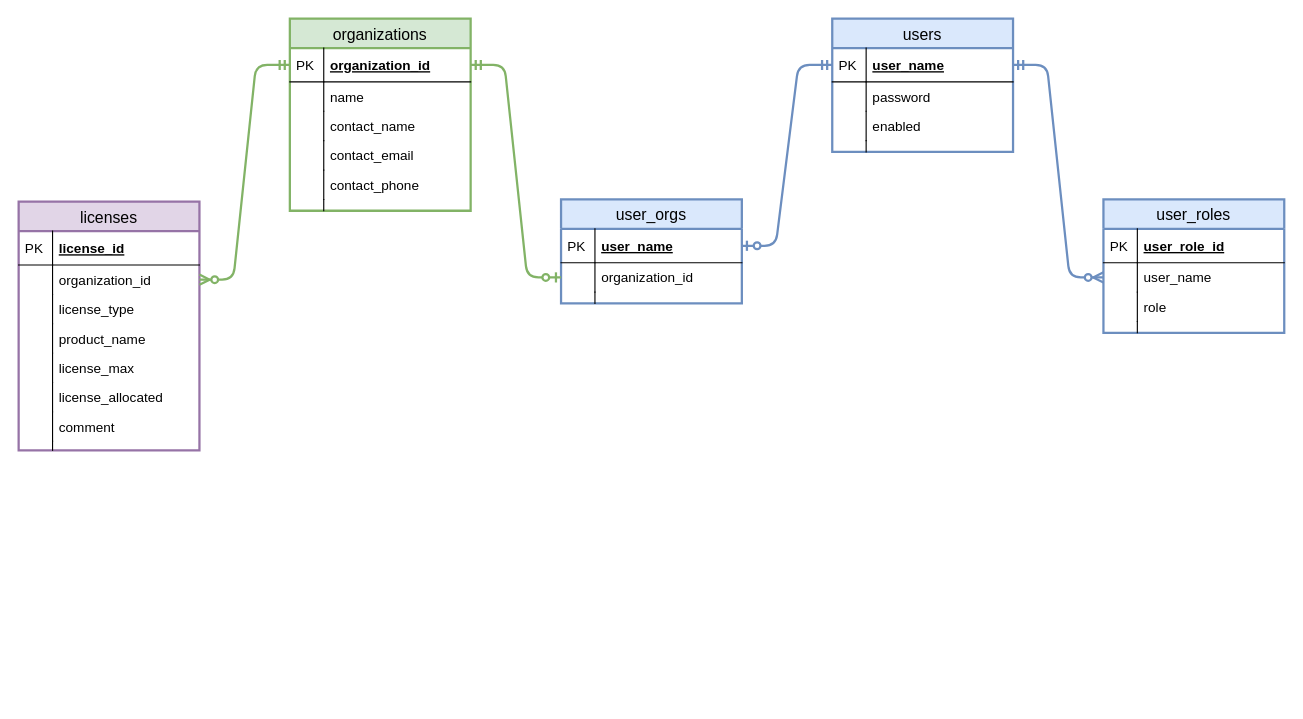
Earlier version of the draw.io diagram readme/drawio/erd.drawio (wuyichen24/spring-microservices-in-action). Source tidied: cells renumbered, new cells numbered last; positions are measured from the earlier drawing's top-left corner, leaving out a move shared by most shapes. Both pictures are drawn from the tidied source at 113%, with x=0, y=0 at pixel (18, 18).
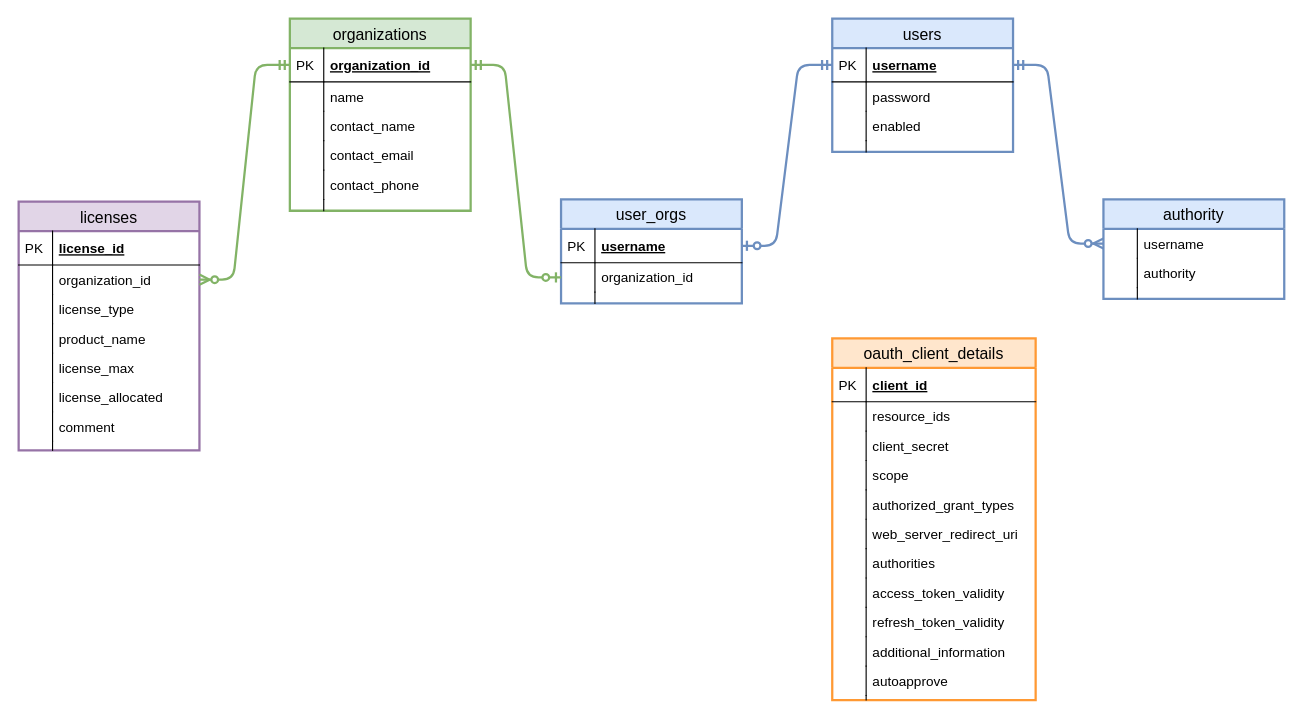
Above is the later version.

Commit message (it also covers changes not shown here):
update erd diagram

Unchanged cells that the change refers to:
```xml
<mxCell id="15" value="user_orgs" style="swimlane;fontStyle=0;horizontal=1;startSize=26;fillColor=#dae8fc;swimlaneFillColor=#ffffff;align=center;fontSize=14;strokeColor=#6c8ebf;strokeWidth=2;" parent="1" vertex="1">
  <mxGeometry x="480" y="160" width="160" height="92" as="geometry" />
</mxCell>
<mxCell id="22" value="users" style="swimlane;fontStyle=0;horizontal=1;startSize=26;fillColor=#dae8fc;swimlaneFillColor=#ffffff;align=center;fontSize=14;strokeColor=#6c8ebf;strokeWidth=2;" parent="1" vertex="1">
  <mxGeometry x="720" width="160" height="118" as="geometry" />
</mxCell>
```

Change to the diagram source:
```diff
@@
-    <mxCell id="16" value="user_name" style="shape=partialRectangle;top=0;left=0;right=0;bottom=1;align=left;verticalAlign=middle;fillColor=none;spacingLeft=34;spacingRight=4;overflow=hidden;points=[[0,0.5],[1,0.5]];portConstraint=eastwest;fontStyle=5;fontSize=12;" parent="15" vertex="1">
+    <mxCell id="16" value="username" style="shape=partialRectangle;top=0;left=0;right=0;bottom=1;align=left;verticalAlign=middle;fillColor=none;spacingLeft=34;spacingRight=4;overflow=hidden;points=[[0,0.5],[1,0.5]];portConstraint=eastwest;fontStyle=5;fontSize=12;" parent="15" vertex="1">
       <mxGeometry y="26" width="160" height="30" as="geometry" />
     </mxCell>
@@
-    <mxCell id="23" value="user_name" style="shape=partialRectangle;top=0;left=0;right=0;bottom=1;align=left;verticalAlign=middle;fillColor=none;spacingLeft=34;spacingRight=4;overflow=hidden;points=[[0,0.5],[1,0.5]];portConstraint=eastwest;fontStyle=5;fontSize=12;" parent="22" vertex="1">
+    <mxCell id="23" value="username" style="shape=partialRectangle;top=0;left=0;right=0;bottom=1;align=left;verticalAlign=middle;fillColor=none;spacingLeft=34;spacingRight=4;overflow=hidden;points=[[0,0.5],[1,0.5]];portConstraint=eastwest;fontStyle=5;fontSize=12;" parent="22" vertex="1">
       <mxGeometry y="26" width="160" height="30" as="geometry" />
     </mxCell>
@@
-    <mxCell id="31" value="user_roles" style="swimlane;fontStyle=0;horizontal=1;startSize=26;fillColor=#dae8fc;swimlaneFillColor=#ffffff;align=center;fontSize=14;strokeColor=#6c8ebf;strokeWidth=2;" parent="1" vertex="1">
-      <mxGeometry x="960" y="160" width="160" height="118" as="geometry" />
+    <mxCell id="31" value="authority" style="swimlane;fontStyle=0;horizontal=1;startSize=26;fillColor=#dae8fc;swimlaneFillColor=#ffffff;align=center;fontSize=14;strokeColor=#6c8ebf;strokeWidth=2;" parent="1" vertex="1">
+      <mxGeometry x="960" y="160" width="160" height="88" as="geometry" />
     </mxCell>
-    <mxCell id="32" value="user_role_id" style="shape=partialRectangle;top=0;left=0;right=0;bottom=1;align=left;verticalAlign=middle;fillColor=none;spacingLeft=34;spacingRight=4;overflow=hidden;fontStyle=5;fontSize=12;" parent="31" vertex="1">
-      <mxGeometry y="26" width="160" height="30" as="geometry" />
-    </mxCell>
-    <mxCell id="33" value="PK" style="shape=partialRectangle;top=0;left=0;bottom=0;fillColor=none;align=left;verticalAlign=middle;spacingLeft=4;spacingRight=4;overflow=hidden;fontSize=12;" parent="32" vertex="1">
-      <mxGeometry width="30" height="30" as="geometry" />
-    </mxCell>
-    <mxCell id="34" value="user_name" style="shape=partialRectangle;top=0;left=0;right=0;bottom=0;align=left;verticalAlign=top;fillColor=none;spacingLeft=34;spacingRight=4;overflow=hidden;points=[[0,0.5],[1,0.5]];portConstraint=eastwest;fontSize=12;" parent="31" vertex="1">
-      <mxGeometry y="56" width="160" height="26" as="geometry" />
+    <mxCell id="34" value="username" style="shape=partialRectangle;top=0;left=0;right=0;bottom=0;align=left;verticalAlign=top;fillColor=none;spacingLeft=34;spacingRight=4;overflow=hidden;points=[[0,0.5],[1,0.5]];portConstraint=eastwest;fontSize=12;" parent="31" vertex="1">
+      <mxGeometry y="26" width="160" height="26" as="geometry" />
     </mxCell>
@@
-    <mxCell id="36" value="role" style="shape=partialRectangle;top=0;left=0;right=0;bottom=0;align=left;verticalAlign=top;fillColor=none;spacingLeft=34;spacingRight=4;overflow=hidden;fontSize=12;" parent="31" vertex="1">
-      <mxGeometry y="82" width="160" height="26" as="geometry" />
+    <mxCell id="36" value="authority" style="shape=partialRectangle;top=0;left=0;right=0;bottom=0;align=left;verticalAlign=top;fillColor=none;spacingLeft=34;spacingRight=4;overflow=hidden;fontSize=12;" parent="31" vertex="1">
+      <mxGeometry y="52" width="160" height="26" as="geometry" />
     </mxCell>
@@
     <mxCell id="38" style="shape=partialRectangle;top=0;left=0;right=0;bottom=0;align=left;verticalAlign=top;fillColor=none;spacingLeft=34;spacingRight=4;overflow=hidden;fontSize=12;" parent="31" vertex="1">
-      <mxGeometry y="108" width="160" height="10" as="geometry" />
+      <mxGeometry y="78" width="160" height="10" as="geometry" />
     </mxCell>
@@
+    <mxCell id="61" value="oauth_client_details" style="swimlane;fontStyle=0;horizontal=1;startSize=26;fillColor=#FFE6CC;swimlaneFillColor=#ffffff;align=center;fontSize=14;strokeColor=#FF9933;strokeWidth=2;" parent="1" vertex="1">
+      <mxGeometry x="720" y="283" width="180" height="320" as="geometry" />
+    </mxCell>
+    <mxCell id="62" value="client_id" style="shape=partialRectangle;top=0;left=0;right=0;bottom=1;align=left;verticalAlign=middle;fillColor=none;spacingLeft=34;spacingRight=4;overflow=hidden;fontStyle=5;fontSize=12;" parent="61" vertex="1">
+      <mxGeometry y="26" width="180" height="30" as="geometry" />
+    </mxCell>
+    <mxCell id="33" value="PK" style="shape=partialRectangle;top=0;left=0;bottom=0;fillColor=none;align=left;verticalAlign=middle;spacingLeft=4;spacingRight=4;overflow=hidden;fontSize=12;" parent="62" vertex="1">
+      <mxGeometry width="30" height="30" as="geometry" />
+    </mxCell>
+    <mxCell id="63" value="resource_ids" style="shape=partialRectangle;top=0;left=0;right=0;bottom=0;align=left;verticalAlign=top;fillColor=none;spacingLeft=34;spacingRight=4;overflow=hidden;fontSize=12;" parent="61" vertex="1">
+      <mxGeometry y="56" width="180" height="26" as="geometry" />
+    </mxCell>
+    <mxCell id="64" style="shape=partialRectangle;top=0;left=0;bottom=0;fillColor=none;align=left;verticalAlign=top;spacingLeft=4;spacingRight=4;overflow=hidden;fontSize=12;" parent="63" vertex="1">
+      <mxGeometry width="30" height="26" as="geometry" />
+    </mxCell>
+    <mxCell id="65" value="client_secret" style="shape=partialRectangle;top=0;left=0;right=0;bottom=0;align=left;verticalAlign=top;fillColor=none;spacingLeft=34;spacingRight=4;overflow=hidden;fontSize=12;" parent="61" vertex="1">
+      <mxGeometry y="82" width="180" height="26" as="geometry" />
+    </mxCell>
+    <mxCell id="66" style="shape=partialRectangle;top=0;left=0;bottom=0;fillColor=none;align=left;verticalAlign=top;spacingLeft=4;spacingRight=4;overflow=hidden;fontSize=12;" parent="65" vertex="1">
+      <mxGeometry width="30" height="26" as="geometry" />
+    </mxCell>
+    <mxCell id="67" value="scope" style="shape=partialRectangle;top=0;left=0;right=0;bottom=0;align=left;verticalAlign=top;fillColor=none;spacingLeft=34;spacingRight=4;overflow=hidden;fontSize=12;" parent="61" vertex="1">
+      <mxGeometry y="108" width="180" height="26" as="geometry" />
+    </mxCell>
+    <mxCell id="68" style="shape=partialRectangle;top=0;left=0;bottom=0;fillColor=none;align=left;verticalAlign=top;spacingLeft=4;spacingRight=4;overflow=hidden;fontSize=12;" parent="67" vertex="1">
+      <mxGeometry width="30" height="26" as="geometry" />
+    </mxCell>
+    <mxCell id="69" value="authorized_grant_types" style="shape=partialRectangle;top=0;left=0;right=0;bottom=0;align=left;verticalAlign=top;fillColor=none;spacingLeft=34;spacingRight=4;overflow=hidden;fontSize=12;" parent="61" vertex="1">
+      <mxGeometry y="134" width="180" height="26" as="geometry" />
+    </mxCell>
+    <mxCell id="70" style="shape=partialRectangle;top=0;left=0;bottom=0;fillColor=none;align=left;verticalAlign=top;spacingLeft=4;spacingRight=4;overflow=hidden;fontSize=12;" parent="69" vertex="1">
+      <mxGeometry width="30" height="26" as="geometry" />
+    </mxCell>
+    <mxCell id="71" value="web_server_redirect_uri" style="shape=partialRectangle;top=0;left=0;right=0;bottom=0;align=left;verticalAlign=top;fillColor=none;spacingLeft=34;spacingRight=4;overflow=hidden;fontSize=12;" parent="61" vertex="1">
+      <mxGeometry y="160" width="180" height="26" as="geometry" />
+    </mxCell>
+    <mxCell id="72" style="shape=partialRectangle;top=0;left=0;bottom=0;fillColor=none;align=left;verticalAlign=top;spacingLeft=4;spacingRight=4;overflow=hidden;fontSize=12;" parent="71" vertex="1">
+      <mxGeometry width="30" height="26" as="geometry" />
+    </mxCell>
+    <mxCell id="73" value="authorities" style="shape=partialRectangle;top=0;left=0;right=0;bottom=0;align=left;verticalAlign=top;fillColor=none;spacingLeft=34;spacingRight=4;overflow=hidden;fontSize=12;" parent="61" vertex="1">
+      <mxGeometry y="186" width="180" height="26" as="geometry" />
+    </mxCell>
+    <mxCell id="74" style="shape=partialRectangle;top=0;left=0;bottom=0;fillColor=none;align=left;verticalAlign=top;spacingLeft=4;spacingRight=4;overflow=hidden;fontSize=12;" parent="73" vertex="1">
+      <mxGeometry width="30" height="26" as="geometry" />
+    </mxCell>
+    <mxCell id="75" value="access_token_validity" style="shape=partialRectangle;top=0;left=0;right=0;bottom=0;align=left;verticalAlign=top;fillColor=none;spacingLeft=34;spacingRight=4;overflow=hidden;fontSize=12;" parent="61" vertex="1">
+      <mxGeometry y="212" width="180" height="26" as="geometry" />
+    </mxCell>
+    <mxCell id="76" style="shape=partialRectangle;top=0;left=0;bottom=0;fillColor=none;align=left;verticalAlign=top;spacingLeft=4;spacingRight=4;overflow=hidden;fontSize=12;" parent="75" vertex="1">
+      <mxGeometry width="30" height="26" as="geometry" />
+    </mxCell>
+    <mxCell id="77" value="refresh_token_validity" style="shape=partialRectangle;top=0;left=0;right=0;bottom=0;align=left;verticalAlign=top;fillColor=none;spacingLeft=34;spacingRight=4;overflow=hidden;fontSize=12;" parent="61" vertex="1">
+      <mxGeometry y="238" width="180" height="26" as="geometry" />
+    </mxCell>
+    <mxCell id="78" style="shape=partialRectangle;top=0;left=0;bottom=0;fillColor=none;align=left;verticalAlign=top;spacingLeft=4;spacingRight=4;overflow=hidden;fontSize=12;" parent="77" vertex="1">
+      <mxGeometry width="30" height="26" as="geometry" />
+    </mxCell>
+    <mxCell id="79" value="additional_information" style="shape=partialRectangle;top=0;left=0;right=0;bottom=0;align=left;verticalAlign=top;fillColor=none;spacingLeft=34;spacingRight=4;overflow=hidden;fontSize=12;" parent="61" vertex="1">
+      <mxGeometry y="264" width="180" height="26" as="geometry" />
+    </mxCell>
+    <mxCell id="80" style="shape=partialRectangle;top=0;left=0;bottom=0;fillColor=none;align=left;verticalAlign=top;spacingLeft=4;spacingRight=4;overflow=hidden;fontSize=12;" parent="79" vertex="1">
+      <mxGeometry width="30" height="26" as="geometry" />
+    </mxCell>
+    <mxCell id="81" value="autoapprove" style="shape=partialRectangle;top=0;left=0;right=0;bottom=0;align=left;verticalAlign=top;fillColor=none;spacingLeft=34;spacingRight=4;overflow=hidden;fontSize=12;" parent="61" vertex="1">
+      <mxGeometry y="290" width="180" height="26" as="geometry" />
+    </mxCell>
+    <mxCell id="82" style="shape=partialRectangle;top=0;left=0;bottom=0;fillColor=none;align=left;verticalAlign=top;spacingLeft=4;spacingRight=4;overflow=hidden;fontSize=12;" parent="81" vertex="1">
+      <mxGeometry width="30" height="26" as="geometry" />
+    </mxCell>
+    <mxCell id="83" style="shape=partialRectangle;top=0;left=0;right=0;bottom=0;align=left;verticalAlign=top;fillColor=none;spacingLeft=34;spacingRight=4;overflow=hidden;fontSize=12;" parent="61" vertex="1">
+      <mxGeometry y="316" width="180" height="4" as="geometry" />
+    </mxCell>
+    <mxCell id="84" style="shape=partialRectangle;top=0;left=0;bottom=0;fillColor=none;align=left;verticalAlign=top;spacingLeft=4;spacingRight=4;overflow=hidden;fontSize=12;" parent="83" vertex="1">
+      <mxGeometry width="30" height="4" as="geometry" />
+    </mxCell>
```
